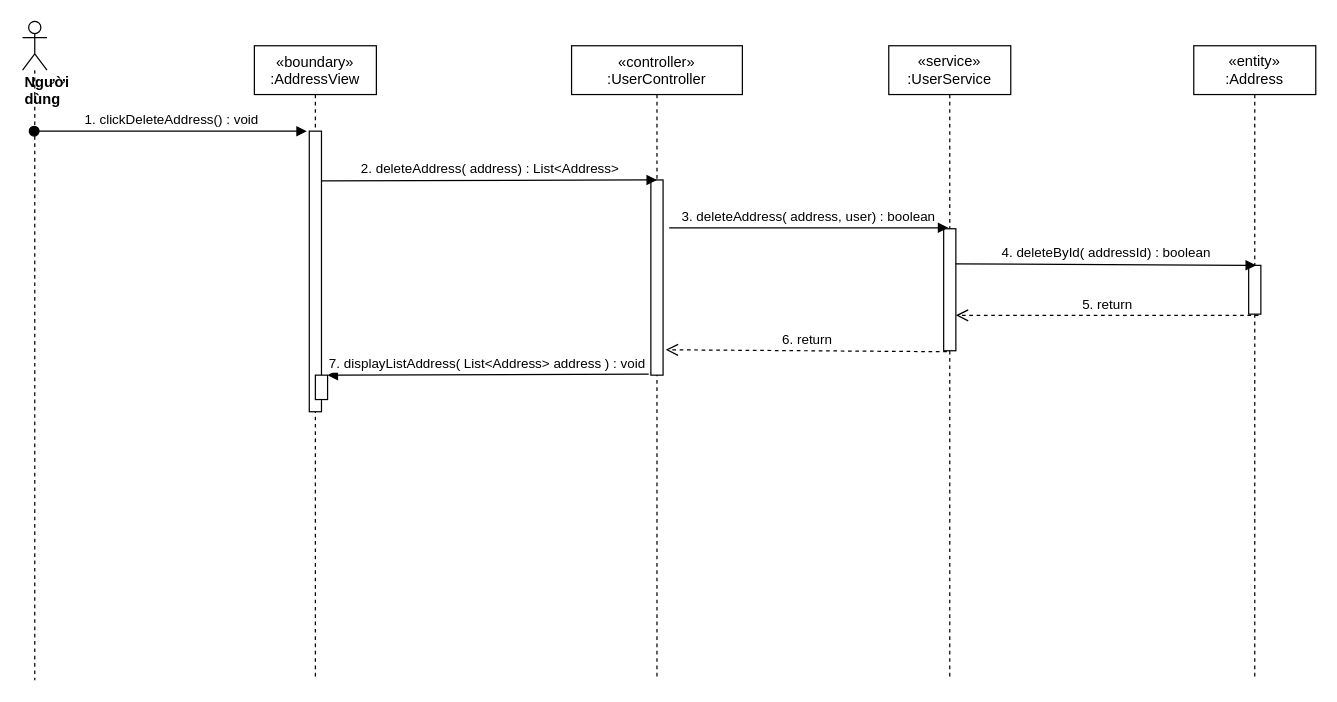
The draw.io diagram sequence diagram/delete-address-sequence.drawio in nguyenphamvan/datn_20202, before the edit. Source tidied: cells renumbered, new cells numbered last; positions are measured from the earlier drawing's top-left corner, leaving out a move shared by most shapes. Both pictures are drawn from the tidied source at 122%, with x=0, y=0 at pixel (22, 21).
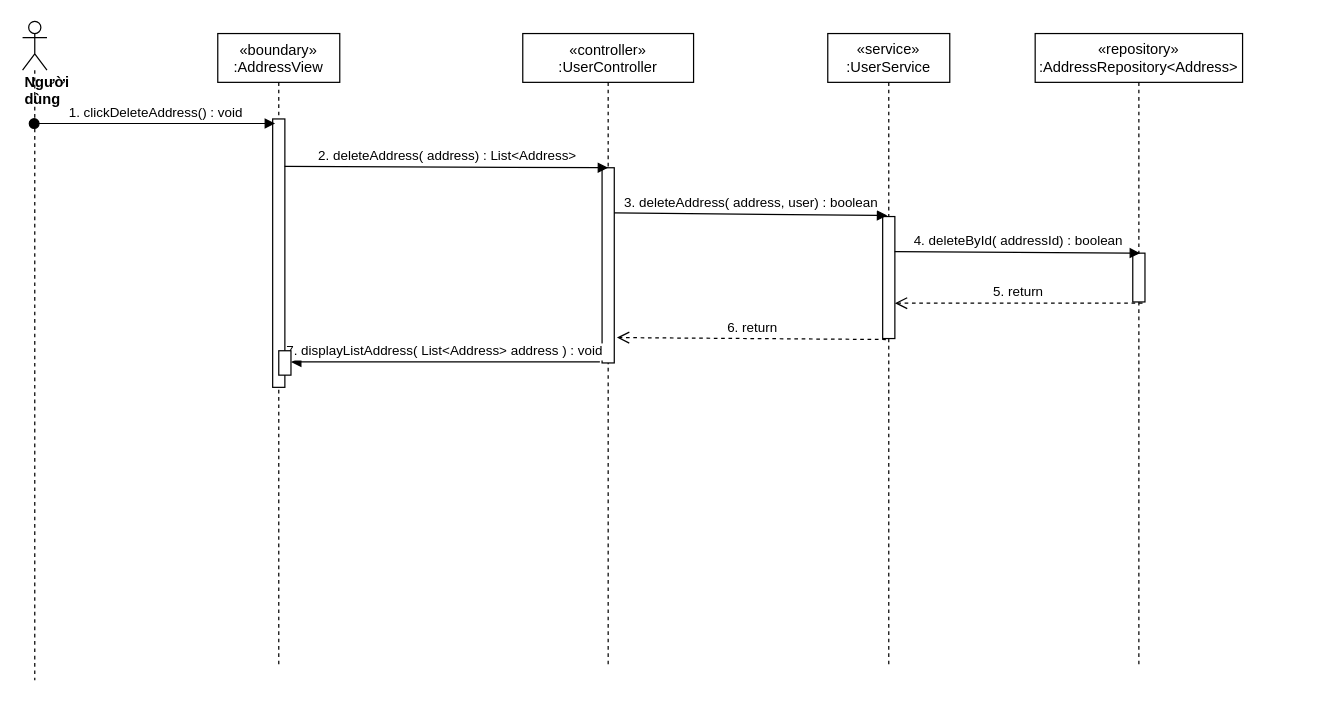
After the change.

What changed in the source:
```diff
@@
 <mxGraphModel>
   <root>
     <mxCell id="0" />
     <mxCell id="1" parent="0" />
     <mxCell id="2" value="«boundary»&#10;:AddressView" style="shape=umlLifeline;perimeter=lifelinePerimeter;rounded=0;shadow=0;strokeWidth=1;" parent="1" vertex="1">
-      <mxGeometry x="190" y="20" width="100" height="520" as="geometry" />
+      <mxGeometry x="160" y="10" width="100" height="520" as="geometry" />
     </mxCell>
     <mxCell id="3" style="html=1;points=[];perimeter=orthogonalPerimeter;" parent="2" vertex="1">
-      <mxGeometry x="45" y="70" width="10" height="230" as="geometry" />
+      <mxGeometry x="45" y="70" width="10" height="220" as="geometry" />
     </mxCell>
     <mxCell id="4" value="«controller»&#10;:UserController" style="shape=umlLifeline;perimeter=lifelinePerimeter;rounded=0;shadow=0;strokeWidth=1;size=40;" parent="1" vertex="1">
-      <mxGeometry x="450" y="20" width="140" height="520" as="geometry" />
+      <mxGeometry x="410" y="10" width="140" height="520" as="geometry" />
     </mxCell>
     <mxCell id="5" style="points=[];perimeter=orthogonalPerimeter;rounded=0;shadow=0;strokeWidth=1;" parent="4" vertex="1">
       <mxGeometry x="65" y="110" width="10" height="160" as="geometry" />
     </mxCell>
     <mxCell id="6" value="&lt;div&gt;&lt;b&gt;Người dùng&lt;/b&gt;&lt;/div&gt;" style="shape=umlLifeline;participant=umlActor;perimeter=lifelinePerimeter;whiteSpace=wrap;html=1;verticalAlign=top;spacingTop=36;outlineConnect=0;align=left;" parent="1" vertex="1">
       <mxGeometry width="20" height="540" as="geometry" />
     </mxCell>
     <mxCell id="7" value="&lt;span&gt;«service»&lt;br&gt;&lt;/span&gt;:UserService" style="shape=umlLifeline;perimeter=lifelinePerimeter;whiteSpace=wrap;html=1;" parent="1" vertex="1">
-      <mxGeometry x="710" y="20" width="100" height="520" as="geometry" />
+      <mxGeometry x="660" y="10" width="100" height="520" as="geometry" />
     </mxCell>
     <mxCell id="8" style="points=[];perimeter=orthogonalPerimeter;rounded=0;shadow=0;strokeWidth=1;" parent="7" vertex="1">
       <mxGeometry x="45" y="150" width="10" height="100" as="geometry" />
     </mxCell>
-    <mxCell id="9" value="1. clickDeleteAddress() : void" style="html=1;verticalAlign=bottom;startArrow=oval;startFill=1;endArrow=block;startSize=8;entryX=-0.2;entryY=0;entryDx=0;entryDy=0;entryPerimeter=0;" parent="1" edge="1" source="6">
-      <mxGeometry relative="1" as="geometry">
-        <mxPoint x="233" y="90" as="targetPoint" />
-      </mxGeometry>
+    <mxCell id="9" value="1. clickDeleteAddress() : void" style="html=1;verticalAlign=bottom;startArrow=oval;startFill=1;endArrow=block;startSize=8;entryX=0.2;entryY=0.017;entryDx=0;entryDy=0;entryPerimeter=0;" parent="1" edge="1" source="6" target="3">
+      <mxGeometry relative="1" as="geometry" />
     </mxCell>
     <mxCell id="10" value="2. deleteAddress( address) : List&amp;lt;Address&amp;gt;" style="html=1;verticalAlign=bottom;endArrow=block;entryX=0.5;entryY=0;entryDx=0;entryDy=0;entryPerimeter=0;exitX=0.98;exitY=0.177;exitDx=0;exitDy=0;exitPerimeter=0;" parent="1" edge="1" source="3" target="5">
       <mxGeometry relative="1" as="geometry" />
     </mxCell>
-    <mxCell id="11" value="&lt;span&gt;«entity»&lt;br&gt;&lt;/span&gt;:Address" style="shape=umlLifeline;perimeter=lifelinePerimeter;whiteSpace=wrap;html=1;" parent="1" vertex="1">
-      <mxGeometry x="960" y="20" width="100" height="520" as="geometry" />
+    <mxCell id="11" value="&lt;span&gt;«repository»&lt;br&gt;&lt;/span&gt;:AddressRepository&amp;lt;Address&amp;gt;" style="shape=umlLifeline;perimeter=lifelinePerimeter;whiteSpace=wrap;html=1;" parent="1" vertex="1">
+      <mxGeometry x="830" y="10" width="170" height="520" as="geometry" />
     </mxCell>
     <mxCell id="12" style="points=[];perimeter=orthogonalPerimeter;rounded=0;shadow=0;strokeWidth=1;" parent="11" vertex="1">
-      <mxGeometry x="45" y="180" width="10" height="40" as="geometry" />
+      <mxGeometry x="80" y="180" width="10" height="40" as="geometry" />
     </mxCell>
-    <mxCell id="13" value="3. deleteAddress( address, user) : boolean" style="html=1;verticalAlign=bottom;endArrow=block;entryX=0.38;entryY=-0.008;entryDx=0;entryDy=0;entryPerimeter=0;exitX=1.5;exitY=0.245;exitDx=0;exitDy=0;exitPerimeter=0;" parent="1" edge="1" source="5" target="8">
+    <mxCell id="13" value="3. deleteAddress( address, user) : boolean" style="html=1;verticalAlign=bottom;endArrow=block;entryX=0.38;entryY=-0.008;entryDx=0;entryDy=0;entryPerimeter=0;exitX=1;exitY=0.231;exitDx=0;exitDy=0;exitPerimeter=0;" parent="1" edge="1" source="5" target="8">
       <mxGeometry relative="1" as="geometry" />
     </mxCell>
     <mxCell id="14" value="6. return" style="html=1;verticalAlign=bottom;endArrow=open;dashed=1;endSize=8;entryX=1.22;entryY=0.87;entryDx=0;entryDy=0;entryPerimeter=0;exitX=0.26;exitY=1.008;exitDx=0;exitDy=0;exitPerimeter=0;" parent="1" edge="1" source="8" target="5">
       <mxGeometry relative="1" as="geometry" />
     </mxCell>
     <mxCell id="15" value="4. deleteById( addressId) : boolean" style="html=1;verticalAlign=bottom;endArrow=block;entryX=0.6;entryY=0;entryDx=0;entryDy=0;entryPerimeter=0;exitX=0.98;exitY=0.288;exitDx=0;exitDy=0;exitPerimeter=0;" parent="1" edge="1" source="8" target="12">
       <mxGeometry relative="1" as="geometry" />
     </mxCell>
     <mxCell id="16" value="5. return" style="html=1;verticalAlign=bottom;endArrow=open;dashed=1;endSize=8;exitX=0.8;exitY=1.025;exitDx=0;exitDy=0;exitPerimeter=0;" parent="1" edge="1" source="12" target="8">
       <mxGeometry relative="1" as="geometry" />
     </mxCell>
     <mxCell id="17" value="7. displayListAddress( List&lt;Address&gt; address ) : void" style="verticalAlign=bottom;endArrow=block;shadow=0;strokeWidth=1;exitX=-0.18;exitY=0.995;exitDx=0;exitDy=0;exitPerimeter=0;" parent="1" edge="1" source="5" target="18">
       <mxGeometry relative="1" as="geometry" />
     </mxCell>
     <mxCell id="18" style="html=1;points=[];perimeter=orthogonalPerimeter;" parent="1" vertex="1">
-      <mxGeometry x="240" y="290" width="10" height="20" as="geometry" />
+      <mxGeometry x="210" y="270" width="10" height="20" as="geometry" />
     </mxCell>
   </root>
 </mxGraphModel>
```
